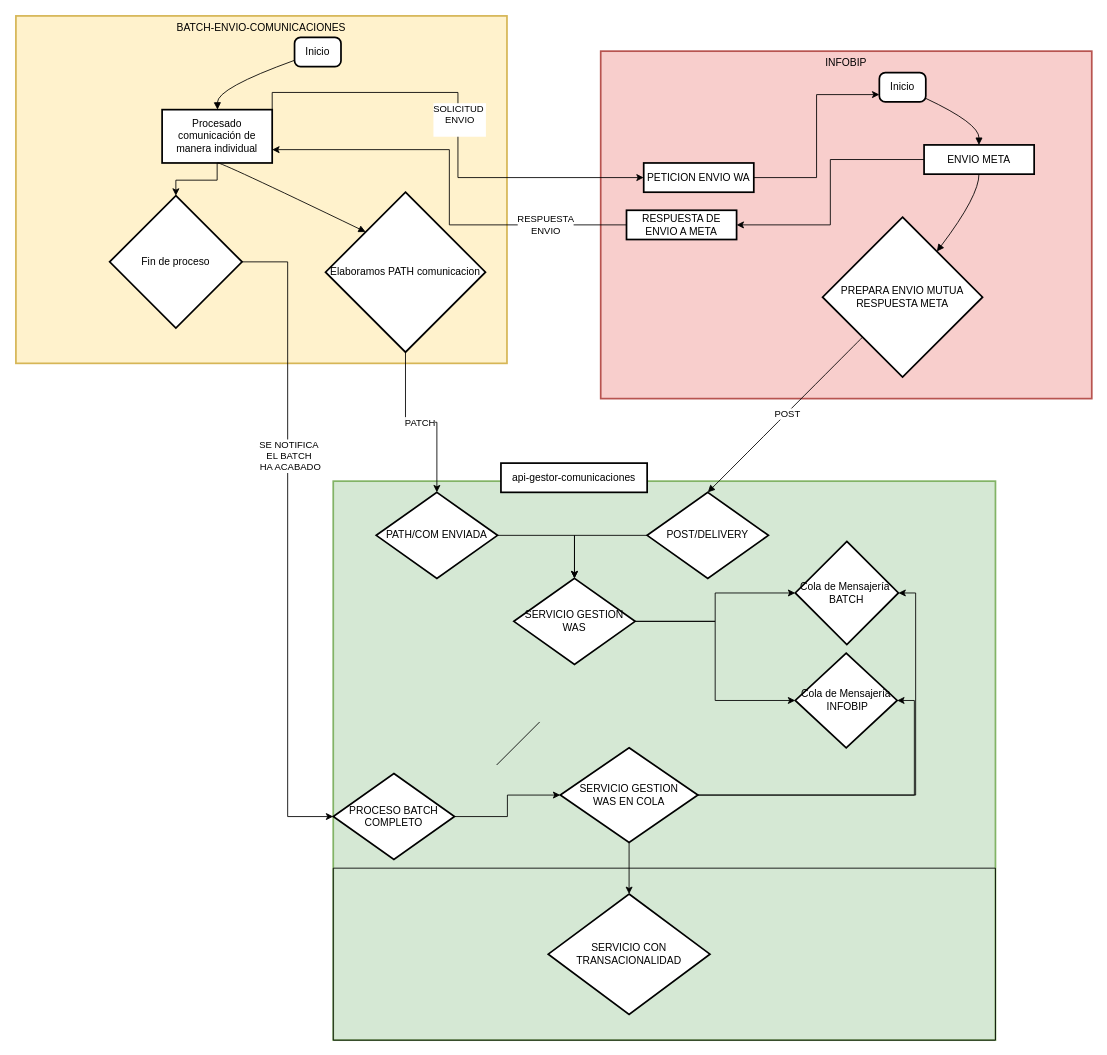
Earlier version of the draw.io diagram lockdelivery.drawio (gcorroto/docs). Source tidied: cells renumbered, new cells numbered last; positions are measured from the earlier drawing's top-left corner, leaving out a move shared by most shapes. Both pictures are drawn from the tidied source at 86%, with x=0, y=0 at pixel (15, 15).
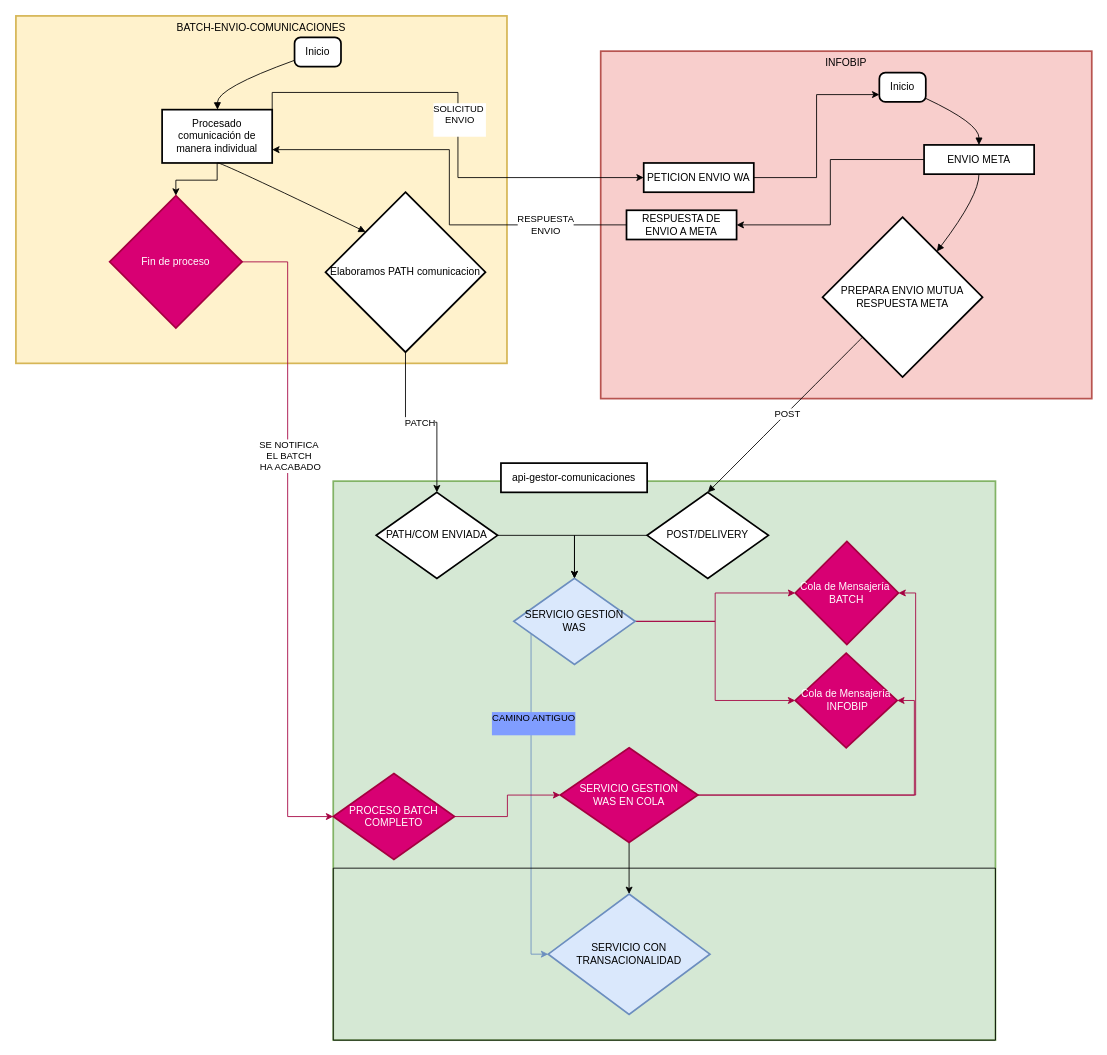
After the change.

What changed in the source:
```diff
@@
-    <mxCell id="26" style="edgeStyle=orthogonalEdgeStyle;rounded=0;jettySize=auto;html=1;entryX=0;entryY=0.5;entryDx=0;entryDy=0;" parent="1" edge="1" source="28" target="39">
+    <mxCell id="26" style="edgeStyle=orthogonalEdgeStyle;rounded=0;jettySize=auto;html=1;entryX=0;entryY=0.5;entryDx=0;entryDy=0;fillColor=#d80073;strokeColor=#A50040;" parent="1" edge="1" source="28" target="39">
       <mxGeometry relative="1" as="geometry" />
     </mxCell>
@@
-    <mxCell id="28" value="Fin de proceso" style="rhombus;strokeWidth=2;whiteSpace=wrap;" parent="1" vertex="1">
+    <mxCell id="28" value="Fin de proceso" style="rhombus;strokeWidth=2;whiteSpace=wrap;fillColor=#d80073;fontColor=#ffffff;strokeColor=#A50040;" parent="1" vertex="1">
       <mxGeometry x="109" y="209" width="154" height="154" as="geometry" />
     </mxCell>
@@
-    <mxCell id="31" value="Cola de Mensajería &#10;BATCH" style="rhombus;strokeWidth=2;whiteSpace=wrap;" parent="1" vertex="1">
+    <mxCell id="31" value="Cola de Mensajería &#10;BATCH" style="rhombus;strokeWidth=2;whiteSpace=wrap;fillColor=#d80073;fontColor=#ffffff;strokeColor=#A50040;" parent="1" vertex="1">
       <mxGeometry x="906.2" y="611" width="120" height="120" as="geometry" />
     </mxCell>
-    <mxCell id="32" style="edgeStyle=orthogonalEdgeStyle;rounded=0;jettySize=auto;html=1;" parent="1" edge="1" source="34" target="31">
+    <mxCell id="32" style="edgeStyle=orthogonalEdgeStyle;rounded=0;jettySize=auto;html=1;fillColor=#d80073;strokeColor=#A50040;" parent="1" edge="1" source="34" target="31">
       <mxGeometry relative="1" as="geometry" />
     </mxCell>
-    <mxCell id="33" style="edgeStyle=orthogonalEdgeStyle;rounded=0;jettySize=auto;html=1;entryX=0;entryY=0.5;entryDx=0;entryDy=0;" parent="1" edge="1" source="34" target="37">
+    <mxCell id="33" style="edgeStyle=orthogonalEdgeStyle;rounded=0;jettySize=auto;html=1;entryX=0;entryY=0.5;entryDx=0;entryDy=0;fillColor=#d80073;strokeColor=#A50040;" parent="1" edge="1" source="34" target="37">
       <mxGeometry relative="1" as="geometry" />
     </mxCell>
+    <mxCell id="50" style="edgeStyle=orthogonalEdgeStyle;rounded=0;jettySize=auto;html=1;entryX=0;entryY=0.5;entryDx=0;entryDy=0;fillColor=#dae8fc;strokeColor=#6c8ebf;" parent="1" edge="1" source="34" target="44">
+      <mxGeometry relative="1" as="geometry">
+        <Array as="points">
+          <mxPoint x="599" y="1091" />
+        </Array>
+      </mxGeometry>
+    </mxCell>
+    <mxCell id="51" value="CAMINO ANTIGUO&lt;div&gt;&lt;br&gt;&lt;/div&gt;" style="edgeLabel;html=1;align=center;verticalAlign=middle;labelBackgroundColor=#809DFF;" parent="50" vertex="1">
+      <mxGeometry x="-0.47" y="2" relative="1" as="geometry" />
+    </mxCell>
-    <mxCell id="34" value="SERVICIO GESTION&#10;WAS" style="rhombus;strokeWidth=2;whiteSpace=wrap;" parent="1" vertex="1">
+    <mxCell id="34" value="SERVICIO GESTION&#10;WAS" style="rhombus;strokeWidth=2;whiteSpace=wrap;fillColor=#dae8fc;strokeColor=#6c8ebf;" parent="1" vertex="1">
       <mxGeometry x="579" y="654" width="141" height="100" as="geometry" />
     </mxCell>
@@
-    <mxCell id="37" value="Cola de Mensajería&#10; INFOBIP" style="rhombus;strokeWidth=2;whiteSpace=wrap;" parent="1" vertex="1">
+    <mxCell id="37" value="Cola de Mensajería&#10; INFOBIP" style="rhombus;strokeWidth=2;whiteSpace=wrap;fillColor=#d80073;fontColor=#ffffff;strokeColor=#A50040;" parent="1" vertex="1">
       <mxGeometry x="906.2" y="741" width="118.5" height="110" as="geometry" />
     </mxCell>
-    <mxCell id="38" style="edgeStyle=orthogonalEdgeStyle;rounded=0;jettySize=auto;html=1;" parent="1" edge="1" source="39" target="43">
+    <mxCell id="38" style="edgeStyle=orthogonalEdgeStyle;rounded=0;jettySize=auto;html=1;fillColor=#d80073;strokeColor=#A50040;" parent="1" edge="1" source="39" target="43">
       <mxGeometry relative="1" as="geometry" />
     </mxCell>
-    <mxCell id="39" value="PROCESO BATCH&#10;COMPLETO" style="rhombus;strokeWidth=2;whiteSpace=wrap;" parent="1" vertex="1">
+    <mxCell id="39" value="PROCESO BATCH&#10;COMPLETO" style="rhombus;strokeWidth=2;whiteSpace=wrap;fillColor=#d80073;fontColor=#ffffff;strokeColor=#A50040;" parent="1" vertex="1">
       <mxGeometry x="369" y="881" width="141" height="100" as="geometry" />
     </mxCell>
-    <mxCell id="40" style="edgeStyle=orthogonalEdgeStyle;rounded=0;jettySize=auto;html=1;entryX=1;entryY=0.5;entryDx=0;entryDy=0;" parent="1" edge="1" source="43" target="31">
+    <mxCell id="40" style="edgeStyle=orthogonalEdgeStyle;rounded=0;jettySize=auto;html=1;entryX=1;entryY=0.5;entryDx=0;entryDy=0;fillColor=#d80073;strokeColor=#A50040;" parent="1" edge="1" source="43" target="31">
       <mxGeometry relative="1" as="geometry" />
     </mxCell>
-    <mxCell id="41" style="edgeStyle=orthogonalEdgeStyle;rounded=0;jettySize=auto;html=1;entryX=1;entryY=0.5;entryDx=0;entryDy=0;" parent="1" edge="1" source="43" target="37">
+    <mxCell id="41" style="edgeStyle=orthogonalEdgeStyle;rounded=0;jettySize=auto;html=1;entryX=1;entryY=0.5;entryDx=0;entryDy=0;fillColor=#d80073;strokeColor=#A50040;" parent="1" edge="1" source="43" target="37">
       <mxGeometry relative="1" as="geometry" />
     </mxCell>
@@
-    <mxCell id="43" value="SERVICIO GESTION&#10;WAS EN COLA" style="rhombus;strokeWidth=2;whiteSpace=wrap;" parent="1" vertex="1">
+    <mxCell id="43" value="SERVICIO GESTION&#10;WAS EN COLA" style="rhombus;strokeWidth=2;whiteSpace=wrap;fillColor=#d80073;fontColor=#ffffff;strokeColor=#A50040;" parent="1" vertex="1">
       <mxGeometry x="633" y="851" width="160" height="110" as="geometry" />
     </mxCell>
-    <mxCell id="44" value="SERVICIO CON TRANSACIONALIDAD" style="rhombus;strokeWidth=2;whiteSpace=wrap;" parent="1" vertex="1">
+    <mxCell id="44" value="SERVICIO CON TRANSACIONALIDAD" style="rhombus;strokeWidth=2;whiteSpace=wrap;fillColor=#dae8fc;strokeColor=#6c8ebf;" parent="1" vertex="1">
       <mxGeometry x="619" y="1021" width="188" height="140" as="geometry" />
     </mxCell>
-    <mxCell id="45" style="endArrow=none;html=1;rounded=0;" parent="1" edge="1">
-      <mxGeometry relative="1" as="geometry">
-        <mxPoint x="559" y="871" as="sourcePoint" />
-        <mxPoint x="609" y="821" as="targetPoint" />
-      </mxGeometry>
-    </mxCell>
```
